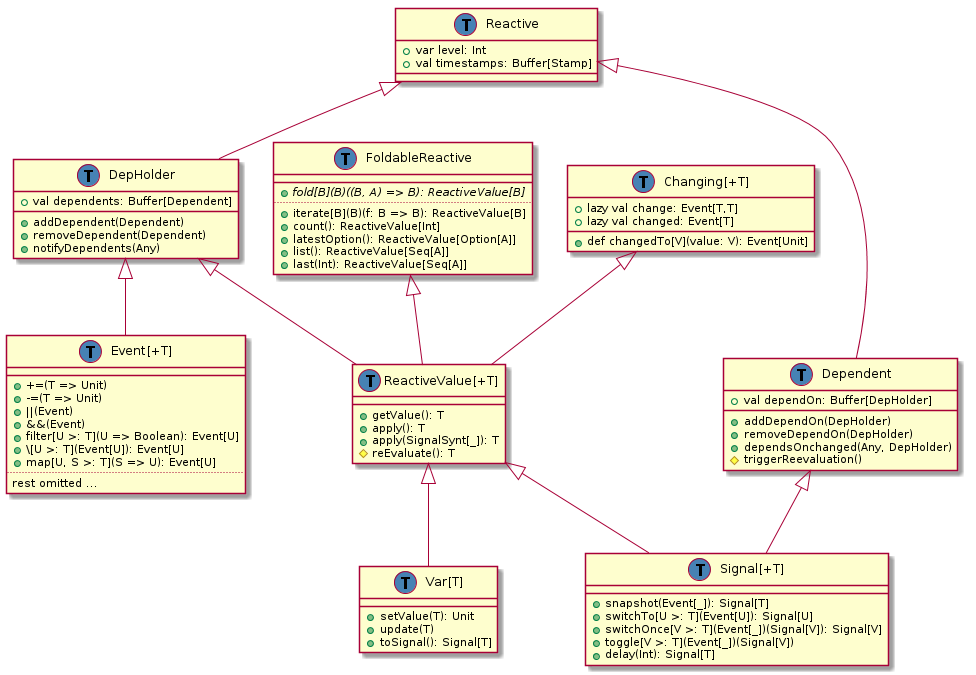
Above: doc/class-hierarchy/post-refactoring-may-14.png in rescala-lang/REScala (PlantUML), before the change.
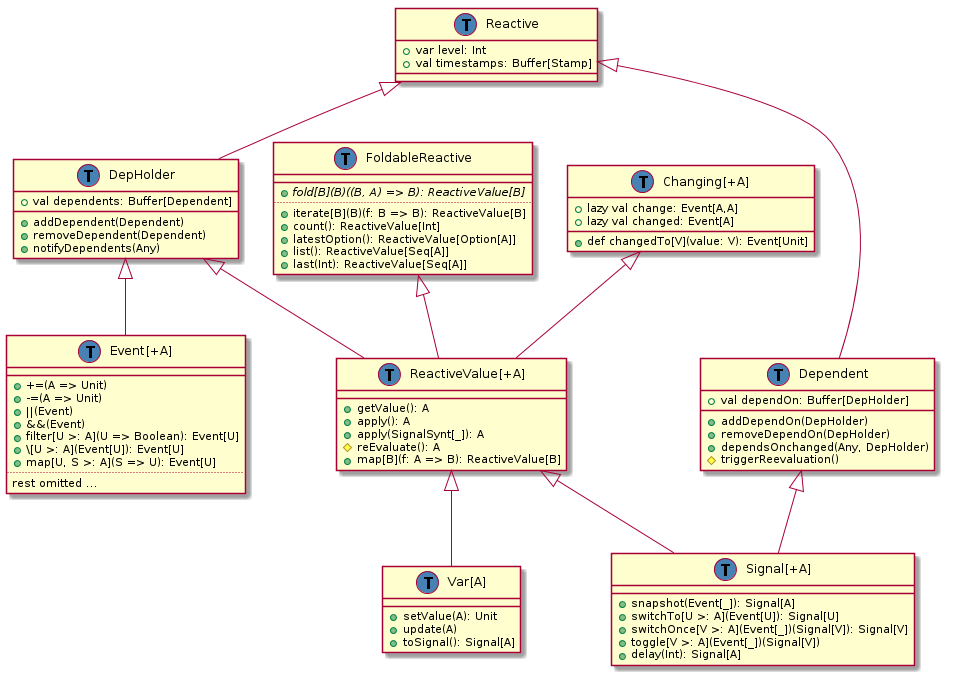
The same diagram one commit later.

Commit message:
Add map function to ReactiveValue

What changed in the source:
```diff
@@ -23,43 +23,44 @@
 }
 Reactive <|-- Dependent
 
-class "ReactiveValue[+T]" as ReactiveValue {
-  +getValue(): T
-  +apply(): T
-  +apply(SignalSynt[_]): T
-  #reEvaluate(): T
+class "ReactiveValue[+A]" as ReactiveValue {
+  +getValue(): A
+  +apply(): A
+  +apply(SignalSynt[_]): A
+  #reEvaluate(): A
+  +map[B](f: A => B): ReactiveValue[B]
 }
 DepHolder <|-- ReactiveValue
 FoldableReactive <|-- ReactiveValue
 
-class "Var[T]" as Var {
+class "Var[A]" as Var {
   __
-  +setValue(T): Unit
-  +update(T)
-  +toSignal(): Signal[T]
+  +setValue(A): Unit
+  +update(A)
+  +toSignal(): Signal[A]
 }
 ReactiveValue <|-- Var
 
-class "Signal[+T]" as Signal {
+class "Signal[+A]" as Signal {
   __
-  +snapshot(Event[_]): Signal[T]
-  +switchTo[U >: T](Event[U]): Signal[U]
-  +switchOnce[V >: T](Event[_])(Signal[V]): Signal[V]
-  +toggle[V >: T](Event[_])(Signal[V])
-  +delay(Int): Signal[T]
+  +snapshot(Event[_]): Signal[A]
+  +switchTo[U >: A](Event[U]): Signal[U]
+  +switchOnce[V >: A](Event[_])(Signal[V]): Signal[V]
+  +toggle[V >: A](Event[_])(Signal[V])
+  +delay(Int): Signal[A]
 }
 Dependent <|-- Signal
 ReactiveValue <|-- Signal
 
-class "Event[+T]" as Event {
+class "Event[+A]" as Event {
   __
-  ++=(T => Unit)
-  +-=(T => Unit)
+  ++=(A => Unit)
+  +-=(A => Unit)
   +||(Event)
   +&&(Event)
-  +filter[U >: T](U => Boolean): Event[U]
-  +\\\[U >: T](Event[U]): Event[U]
-  +map[U, S >: T](S => U): Event[U]
+  +filter[U >: A](U => Boolean): Event[U]
+  +\\\[U >: A](Event[U]): Event[U]
+  +map[U, S >: A](S => U): Event[U]
   ..
   rest omitted ...
 }
@@ -76,13 +77,14 @@
   +last(Int): ReactiveValue[Seq[A]]
 }
 
-class "Changing[+T]" as Changing {
-  +lazy val change: Event[T,T]
-  +lazy val changed: Event[T]
+class "Changing[+A]" as Changing {
+  +lazy val change: Event[A,A]
+  +lazy val changed: Event[A]
   __
   +def changedTo[V](value: V): Event[Unit]
 }
 Changing <|-- ReactiveValue
+
 
 class Signal << (T,#4682b4) >>
 class Var << (T,#4682b4) >>
```
